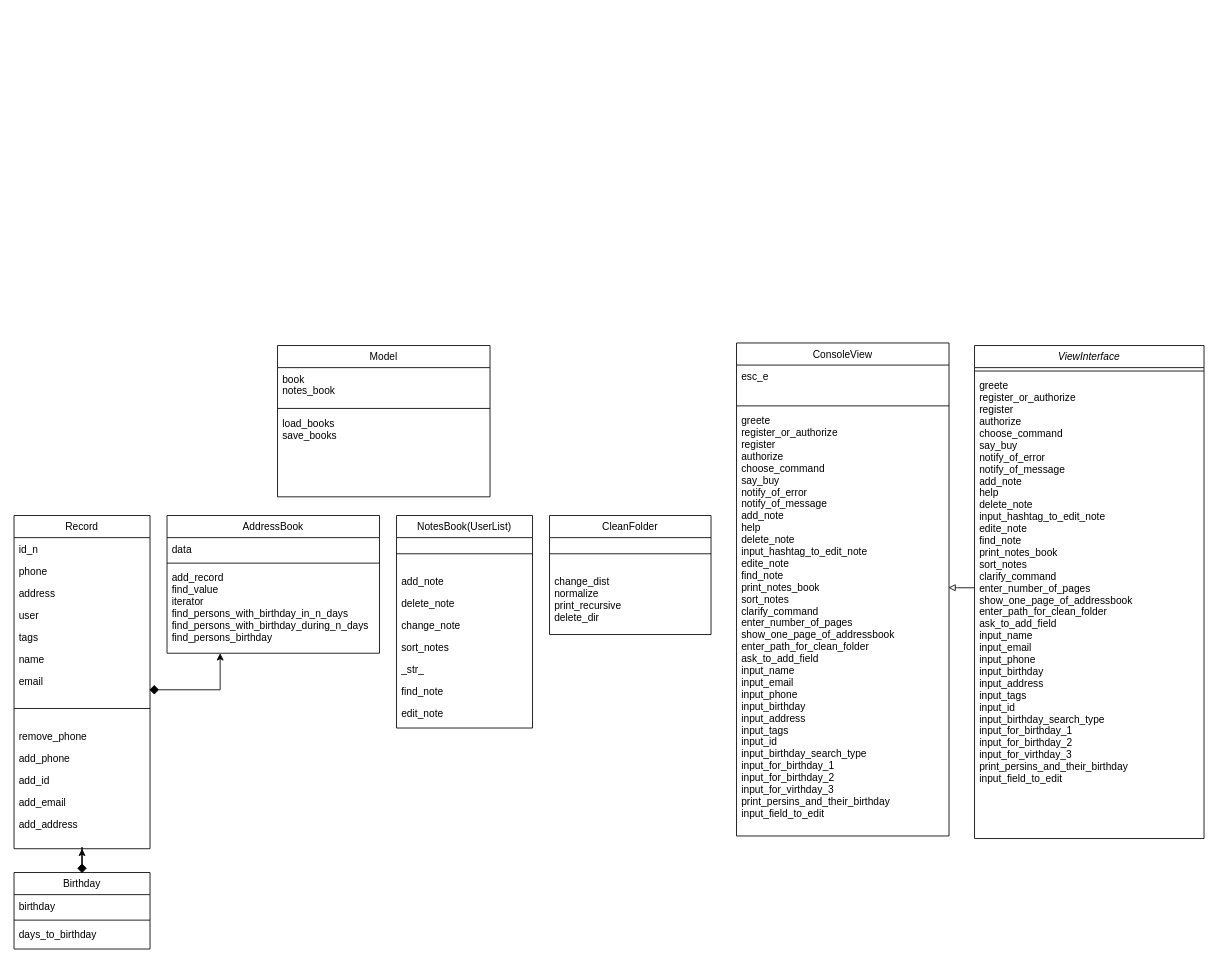
The draw.io diagram page "Current" (2 of 2) of Classes Diagram.drawio in anna-khodyka/Helper-project, before the edit. Source tidied: cells renumbered, new cells numbered last; positions are measured from the earlier drawing's top-left corner, leaving out a move shared by most shapes. Both pictures are drawn from the tidied source at 85%, with x=0, y=0 at pixel (14, 343).
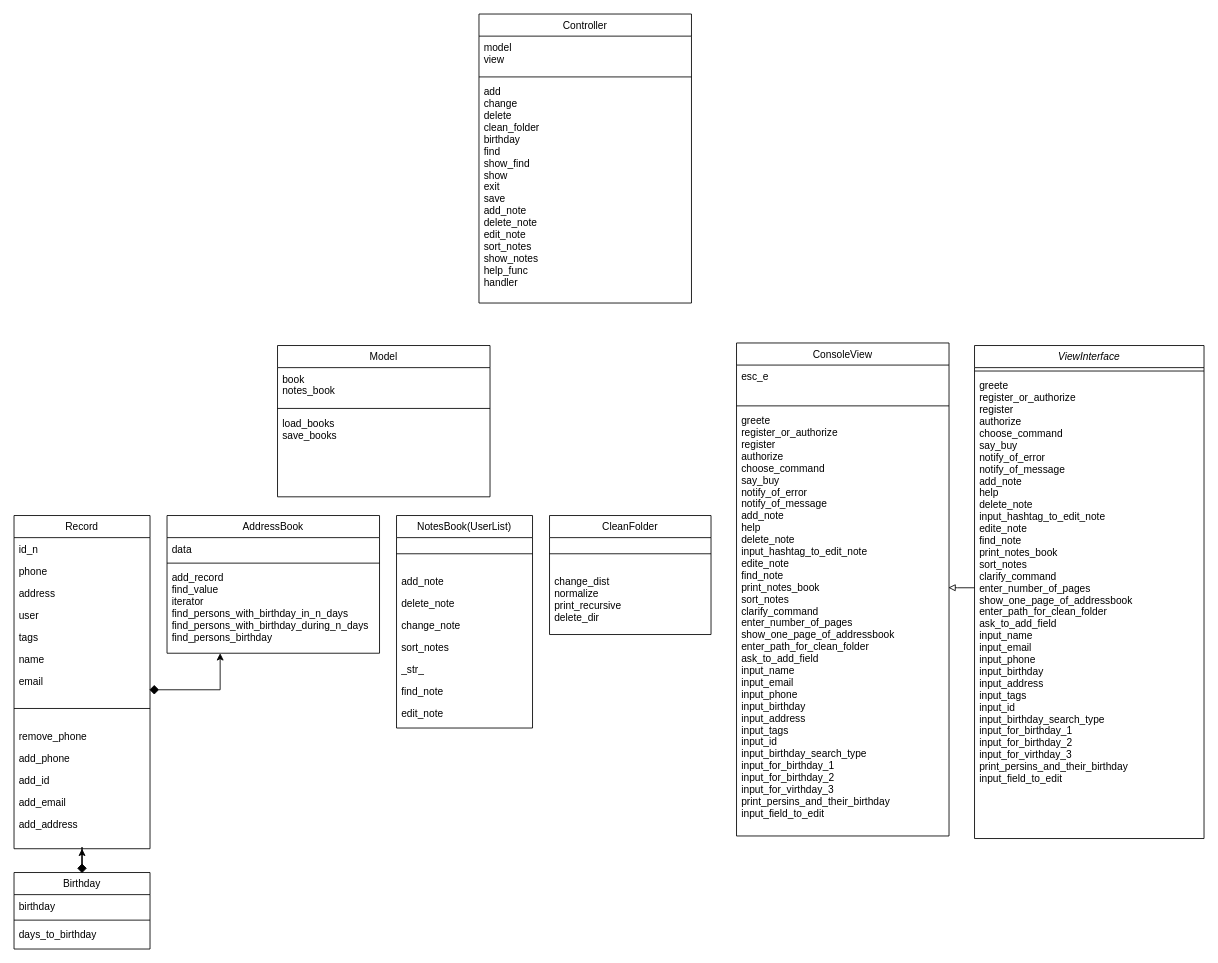
After the change.

Commit message:
Controller class adding

What changed in the source:
```diff
@@
+    <mxCell id="52" value="Controller" style="swimlane;fontStyle=0;align=center;verticalAlign=top;horizontal=1;startSize=26;rounded=0;shadow=0;strokeWidth=1;" parent="1" vertex="1">
+      <mxGeometry x="547" y="-387" width="250" height="340" as="geometry" />
+    </mxCell>
+    <mxCell id="53" value="model&#10;view" style="text;align=left;verticalAlign=top;spacingLeft=4;spacingRight=4;overflow=hidden;" parent="52" vertex="1">
+      <mxGeometry y="26" width="250" height="44" as="geometry" />
+    </mxCell>
+    <mxCell id="54" style="line;html=1;strokeWidth=1;align=left;verticalAlign=middle;spacingTop=-1;spacingLeft=3;spacingRight=3;labelPosition=right;" parent="52" vertex="1">
+      <mxGeometry y="70" width="250" height="8" as="geometry" />
+    </mxCell>
+    <mxCell id="55" value="add&#10;change&#10;delete&#10;clean_folder&#10;birthday&#10;find&#10;show_find&#10;show&#10;exit&#10;save&#10;add_note&#10;delete_note&#10;edit_note&#10;sort_notes&#10;show_notes&#10;help_func&#10;handler" style="text;align=left;verticalAlign=top;spacingLeft=4;spacingRight=4;overflow=hidden;" parent="52" vertex="1">
+      <mxGeometry y="78" width="250" height="262" as="geometry" />
+    </mxCell>
```
